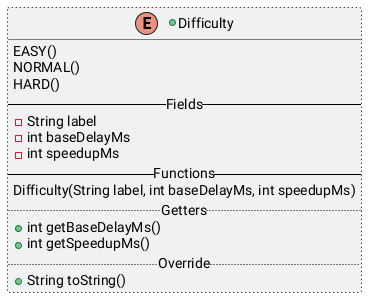
Earlier version of the PlantUML export src/main/ClassDiagram/DifficultyDiagram.png (CamerJunker/Snake). Source of this version:
```plantuml
@startuml
+enum Difficulty ##[dotted]black {
    EASY()
    NORMAL()
    HARD()
    -- Fields --
    -String label
    -int baseDelayMs
    -int speedupMs
    -- Functions --
    Difficulty(String label, int baseDelayMs, int speedupMs)
    .. Getters ..
    +int getBaseDelayMs()
    +int getSpeedupMs()
    .. Override ..
    +String toString()
}
@enduml
```
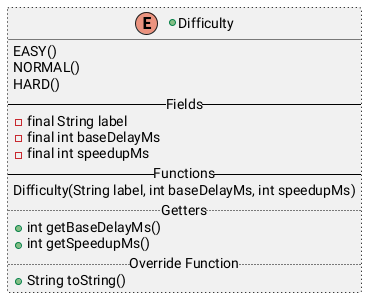
After the change.

The edit, as a diff of the source:
```diff
@@ -4,15 +4,15 @@
     NORMAL()
     HARD()
     -- Fields --
-    -String label
-    -int baseDelayMs
-    -int speedupMs
+    -final String label
+    -final int baseDelayMs
+    -final int speedupMs
     -- Functions --
     Difficulty(String label, int baseDelayMs, int speedupMs)
     .. Getters ..
     +int getBaseDelayMs()
     +int getSpeedupMs()
-    .. Override ..
+    .. Override Function ..
     +String toString()
 }
 @enduml
```
